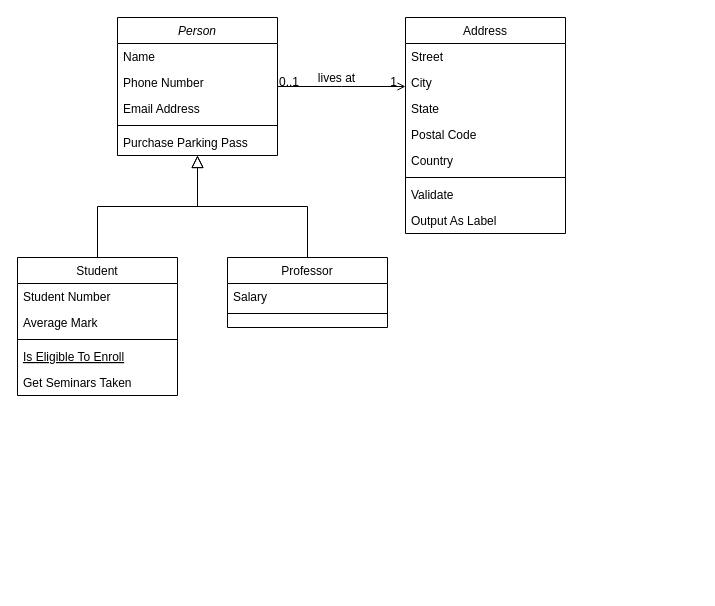
The draw.io diagram Unbenanntes Diagramm.drawio in Jablothas/BOT-Helper, before the edit. Source tidied: cells renumbered, new cells numbered last; positions are measured from the earlier drawing's top-left corner, leaving out a move shared by most shapes. Both pictures are drawn from the tidied source at 100%, with x=0, y=0 at pixel (17, 17).
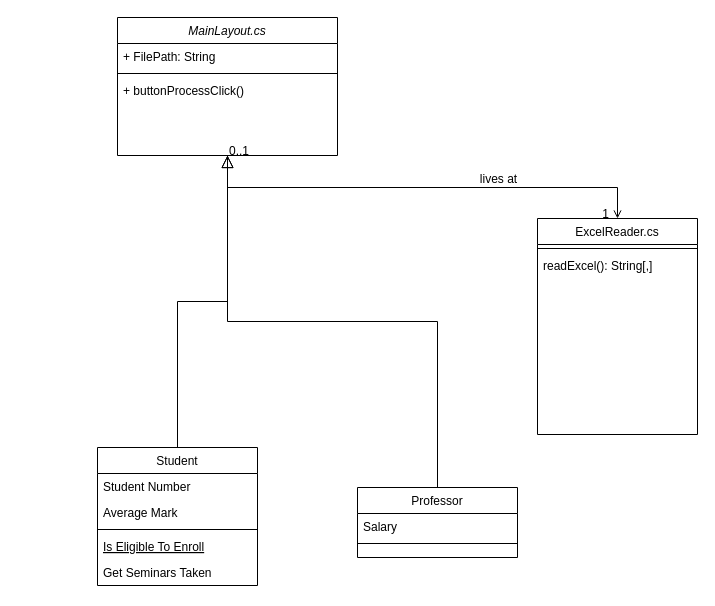
Above is the later version.

Change to the diagram source:
```diff
@@
-    <mxCell id="2" value="Person" style="swimlane;fontStyle=2;align=center;verticalAlign=top;horizontal=1;startSize=26;rounded=0;shadow=0;strokeWidth=1;" parent="1" vertex="1">
-      <mxGeometry x="100" width="160" height="138" as="geometry" />
+    <mxCell id="2" value="MainLayout.cs&#10;" style="swimlane;fontStyle=2;align=center;verticalAlign=top;horizontal=1;startSize=26;rounded=0;shadow=0;strokeWidth=1;" parent="1" vertex="1">
+      <mxGeometry x="100" width="220" height="138" as="geometry" />
     </mxCell>
-    <mxCell id="3" value="Name" style="text;align=left;verticalAlign=top;spacingLeft=4;spacingRight=4;overflow=hidden;" parent="2" vertex="1">
-      <mxGeometry y="26" width="160" height="26" as="geometry" />
-    </mxCell>
-    <mxCell id="4" value="Phone Number" style="text;align=left;verticalAlign=top;spacingLeft=4;spacingRight=4;overflow=hidden;rounded=0;shadow=0;html=0;" parent="2" vertex="1">
-      <mxGeometry y="52" width="160" height="26" as="geometry" />
+    <mxCell id="4" value="+ FilePath: String" style="text;align=left;verticalAlign=top;spacingLeft=4;spacingRight=4;overflow=hidden;rounded=0;shadow=0;html=0;" parent="2" vertex="1">
+      <mxGeometry y="26" width="220" height="26" as="geometry" />
     </mxCell>
-    <mxCell id="5" value="Email Address" style="text;align=left;verticalAlign=top;spacingLeft=4;spacingRight=4;overflow=hidden;rounded=0;shadow=0;html=0;" parent="2" vertex="1">
-      <mxGeometry y="78" width="160" height="26" as="geometry" />
-    </mxCell>
     <mxCell id="6" style="line;html=1;strokeWidth=1;align=left;verticalAlign=middle;spacingTop=-1;spacingLeft=3;spacingRight=3;labelPosition=right;" parent="2" vertex="1">
-      <mxGeometry y="104" width="160" height="8" as="geometry" />
+      <mxGeometry y="52" width="220" height="8" as="geometry" />
     </mxCell>
-    <mxCell id="7" value="Purchase Parking Pass" style="text;align=left;verticalAlign=top;spacingLeft=4;spacingRight=4;overflow=hidden;" parent="2" vertex="1">
-      <mxGeometry y="112" width="160" height="26" as="geometry" />
+    <mxCell id="7" value="+ buttonProcessClick()" style="text;align=left;verticalAlign=top;spacingLeft=4;spacingRight=4;overflow=hidden;" parent="2" vertex="1">
+      <mxGeometry y="60" width="220" height="26" as="geometry" />
     </mxCell>
     <mxCell id="8" value="Student" style="swimlane;fontStyle=0;align=center;verticalAlign=top;horizontal=1;startSize=26;rounded=0;shadow=0;strokeWidth=1;" parent="1" vertex="1">
-      <mxGeometry y="240" width="160" height="138" as="geometry" />
+      <mxGeometry x="80" y="430" width="160" height="138" as="geometry" />
     </mxCell>
@@
     <mxCell id="15" value="Professor" style="swimlane;fontStyle=0;align=center;verticalAlign=top;horizontal=1;startSize=26;rounded=0;shadow=0;strokeWidth=1;" parent="1" vertex="1">
-      <mxGeometry x="210" y="240" width="160" height="70" as="geometry" />
+      <mxGeometry x="340" y="470" width="160" height="70" as="geometry" />
     </mxCell>
@@
-    <mxCell id="19" value="Address" style="swimlane;fontStyle=0;align=center;verticalAlign=top;horizontal=1;startSize=26;rounded=0;shadow=0;strokeWidth=1;" parent="1" vertex="1">
-      <mxGeometry x="388" width="160" height="216" as="geometry" />
+    <mxCell id="19" value="ExcelReader.cs" style="swimlane;fontStyle=0;align=center;verticalAlign=top;horizontal=1;startSize=26;rounded=0;shadow=0;strokeWidth=1;" parent="1" vertex="1">
+      <mxGeometry x="520" y="201" width="160" height="216" as="geometry" />
     </mxCell>
-    <mxCell id="20" value="Street" style="text;align=left;verticalAlign=top;spacingLeft=4;spacingRight=4;overflow=hidden;" parent="19" vertex="1">
-      <mxGeometry y="26" width="160" height="26" as="geometry" />
-    </mxCell>
-    <mxCell id="21" value="City" style="text;align=left;verticalAlign=top;spacingLeft=4;spacingRight=4;overflow=hidden;rounded=0;shadow=0;html=0;" parent="19" vertex="1">
-      <mxGeometry y="52" width="160" height="26" as="geometry" />
-    </mxCell>
-    <mxCell id="22" value="State" style="text;align=left;verticalAlign=top;spacingLeft=4;spacingRight=4;overflow=hidden;rounded=0;shadow=0;html=0;" parent="19" vertex="1">
-      <mxGeometry y="78" width="160" height="26" as="geometry" />
-    </mxCell>
-    <mxCell id="23" value="Postal Code" style="text;align=left;verticalAlign=top;spacingLeft=4;spacingRight=4;overflow=hidden;rounded=0;shadow=0;html=0;" parent="19" vertex="1">
-      <mxGeometry y="104" width="160" height="26" as="geometry" />
-    </mxCell>
-    <mxCell id="24" value="Country" style="text;align=left;verticalAlign=top;spacingLeft=4;spacingRight=4;overflow=hidden;rounded=0;shadow=0;html=0;" parent="19" vertex="1">
-      <mxGeometry y="130" width="160" height="26" as="geometry" />
-    </mxCell>
     <mxCell id="25" style="line;html=1;strokeWidth=1;align=left;verticalAlign=middle;spacingTop=-1;spacingLeft=3;spacingRight=3;labelPosition=right;" parent="19" vertex="1">
-      <mxGeometry y="156" width="160" height="8" as="geometry" />
+      <mxGeometry y="26" width="160" height="8" as="geometry" />
     </mxCell>
-    <mxCell id="26" value="Validate" style="text;align=left;verticalAlign=top;spacingLeft=4;spacingRight=4;overflow=hidden;" parent="19" vertex="1">
-      <mxGeometry y="164" width="160" height="26" as="geometry" />
+    <mxCell id="26" value="readExcel(): String[,]" style="text;align=left;verticalAlign=top;spacingLeft=4;spacingRight=4;overflow=hidden;" parent="19" vertex="1">
+      <mxGeometry y="34" width="160" height="26" as="geometry" />
     </mxCell>
-    <mxCell id="27" value="Output As Label" style="text;align=left;verticalAlign=top;spacingLeft=4;spacingRight=4;overflow=hidden;" parent="19" vertex="1">
-      <mxGeometry y="190" width="160" height="26" as="geometry" />
-    </mxCell>
```
